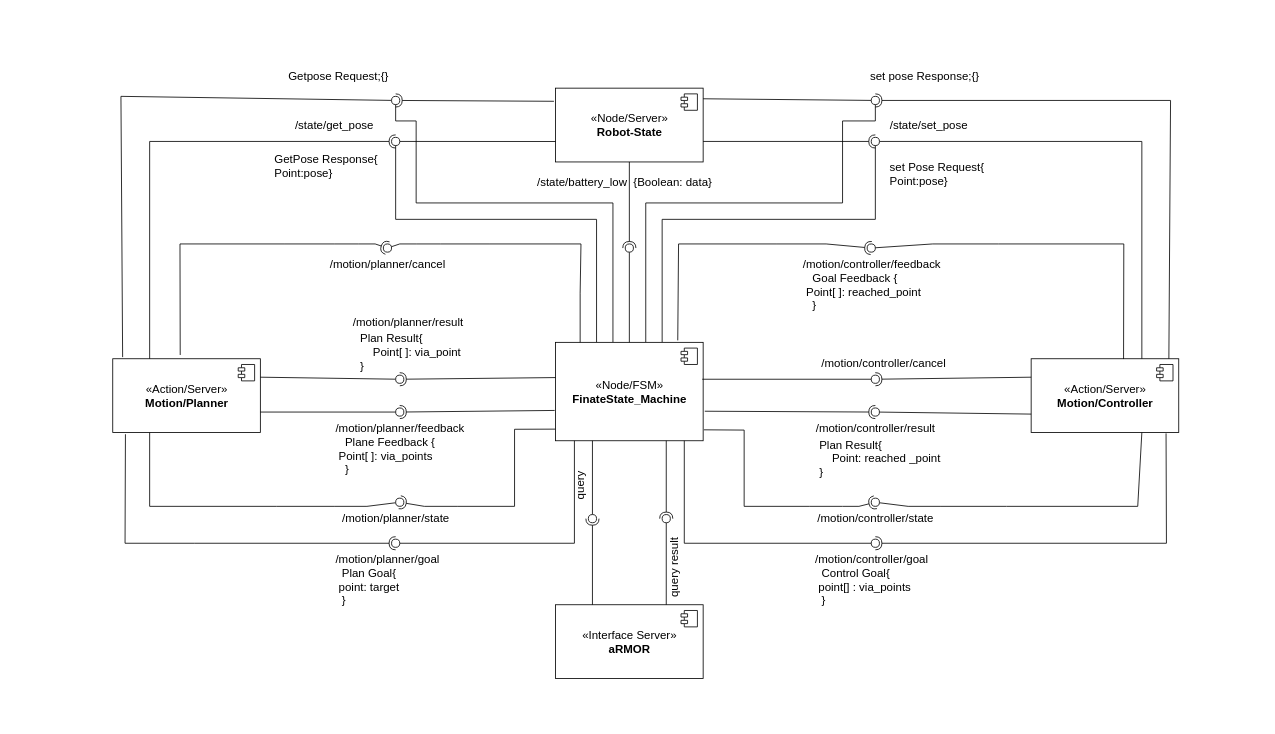
This is Untitled Diagram.drawio from Vallamkondavishal/Expo_Robotics_Assignment-1, a draw.io file, before an edit. Source tidied: cells renumbered, new cells numbered last; positions are measured from the earlier drawing's top-left corner, leaving out a move shared by most shapes. Both pictures are drawn from the tidied source at 82%, with x=0, y=0 at pixel (112, 63).
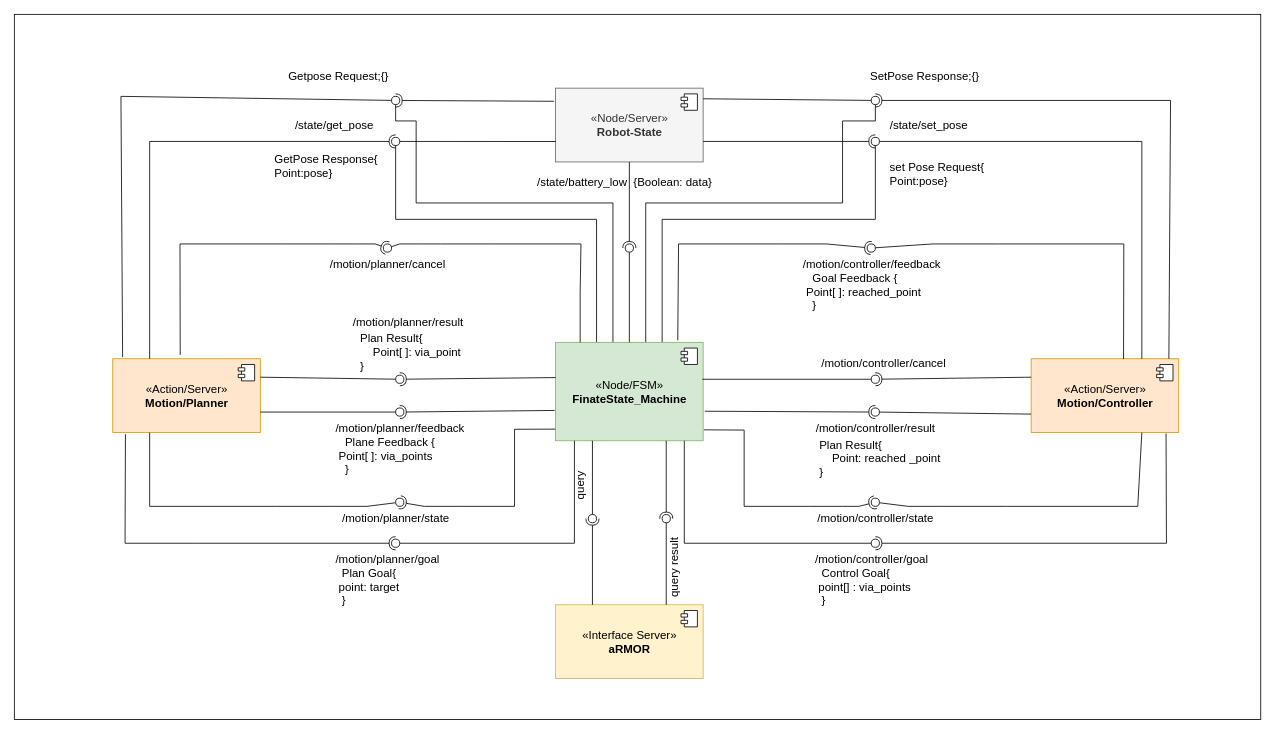
The same diagram, later.

Change to the diagram source:
```diff
@@
+    <mxCell id="88" style="rounded=0;whiteSpace=wrap;html=1;fontSize=14;" parent="1" vertex="1">
+      <mxGeometry x="-120" y="-60" width="1520" height="860" as="geometry" />
+    </mxCell>
@@
-    <mxCell id="6" value="«Node/FSM»&lt;br style=&quot;font-size: 14px;&quot;&gt;&lt;b style=&quot;font-size: 14px;&quot;&gt;FinateState_Machine&lt;/b&gt;" style="html=1;fontSize=14;" parent="1" vertex="1">
+    <mxCell id="6" value="«Node/FSM»&lt;br style=&quot;font-size: 14px;&quot;&gt;&lt;b style=&quot;font-size: 14px;&quot;&gt;FinateState_Machine&lt;/b&gt;" style="html=1;fontSize=14;fillColor=#d5e8d4;strokeColor=#82b366;" parent="1" vertex="1">
       <mxGeometry x="540" y="340" width="180" height="120" as="geometry" />
     </mxCell>
@@
-    <mxCell id="11" value="«Interface Server»&lt;br&gt;&lt;b&gt;aRMOR&lt;/b&gt;" style="html=1;fontSize=14;" parent="1" vertex="1">
+    <mxCell id="11" value="«Interface Server»&lt;br&gt;&lt;b&gt;aRMOR&lt;/b&gt;" style="html=1;fontSize=14;fillColor=#fff2cc;strokeColor=#d6b656;" parent="1" vertex="1">
       <mxGeometry x="540" y="660" width="180" height="90" as="geometry" />
     </mxCell>
@@
-    <mxCell id="19" value="«Node/Server»&lt;br&gt;&lt;b&gt;Robot-State&lt;/b&gt;" style="html=1;fontSize=14;" parent="1" vertex="1">
+    <mxCell id="19" value="«Node/Server»&lt;br&gt;&lt;b&gt;Robot-State&lt;/b&gt;" style="html=1;fontSize=14;fillColor=#f5f5f5;fontColor=#333333;strokeColor=#666666;" parent="1" vertex="1">
       <mxGeometry x="540" y="30" width="180" height="90" as="geometry" />
     </mxCell>
@@
-    <mxCell id="24" value="«Action/Server»&lt;br&gt;&lt;b&gt;Motion/Controller&lt;/b&gt;" style="html=1;fontSize=14;" parent="1" vertex="1">
+    <mxCell id="24" value="«Action/Server»&lt;br&gt;&lt;b&gt;Motion/Controller&lt;/b&gt;" style="html=1;fontSize=14;fillColor=#ffe6cc;strokeColor=#d79b00;" parent="1" vertex="1">
       <mxGeometry x="1120" y="360" width="180" height="90" as="geometry" />
     </mxCell>
@@
-    <mxCell id="26" value="«Action/Server»&lt;br&gt;&lt;b&gt;Motion/Planner&lt;br&gt;&lt;/b&gt;" style="html=1;fontSize=14;" parent="1" vertex="1">
+    <mxCell id="26" value="«Action/Server»&lt;br&gt;&lt;b&gt;Motion/Planner&lt;br&gt;&lt;/b&gt;" style="html=1;fontSize=14;fillColor=#ffe6cc;strokeColor=#d79b00;" parent="1" vertex="1">
       <mxGeometry y="360" width="180" height="90" as="geometry" />
     </mxCell>
@@
-    <mxCell id="62" value="set pose Response;{}" style="text;html=1;align=center;verticalAlign=middle;strokeColor=none;fillColor=none;fontSize=14;" parent="1" vertex="1">
+    <mxCell id="62" value="SetPose Response;{}" style="text;html=1;align=center;verticalAlign=middle;strokeColor=none;fillColor=none;fontSize=14;" parent="1" vertex="1">
       <mxGeometry x="910" width="160" height="30" as="geometry" />
     </mxCell>
```
